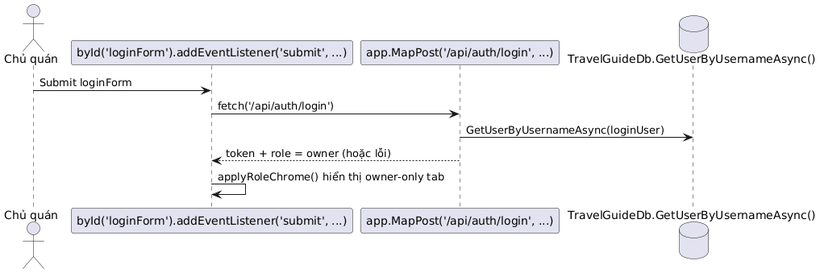
Before: Diagrams/SE Owner DangNhap.png, a diagram exported from PlantUML (hoangtri22/TravelGuide). Its diagram source:
```plantuml
@startuml
actor "Chủ quán" as O
participant "byId('loginForm').addEventListener('submit', ...)" as FE
participant "app.MapPost('/api/auth/login', ...)" as API
database "TravelGuideDb.GetUserByUsernameAsync()" as DB
O -> FE : Submit loginForm
FE -> API : fetch('/api/auth/login')
API -> DB : GetUserByUsernameAsync(loginUser)
API --> FE : token + role = owner (hoặc lỗi)
FE -> FE : applyRoleChrome() hiển thị owner-only tab
@enduml
```
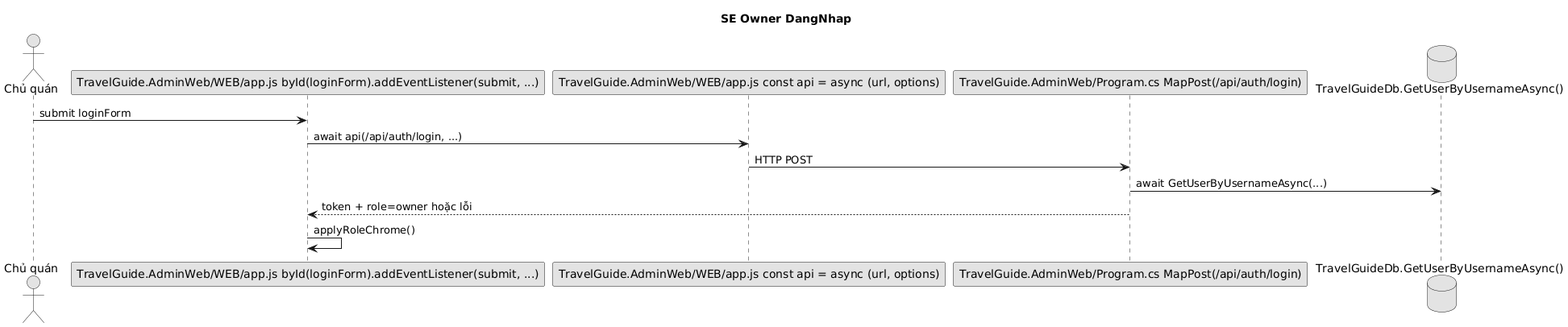
Above is the later version.

Diff of the diagram source:
```diff
@@ -1,11 +1,16 @@
 @startuml
+title SE Owner DangNhap
+skinparam shadowing false
+skinparam monochrome true
 actor "Chủ quán" as O
-participant "byId('loginForm').addEventListener('submit', ...)" as FE
-participant "app.MapPost('/api/auth/login', ...)" as API
+participant "TravelGuide.AdminWeb/WEB/app.js byId(loginForm).addEventListener(submit, ...)" as FE
+participant "TravelGuide.AdminWeb/WEB/app.js const api = async (url, options)" as APIJS
+participant "TravelGuide.AdminWeb/Program.cs MapPost(/api/auth/login)" as API
 database "TravelGuideDb.GetUserByUsernameAsync()" as DB
-O -> FE : Submit loginForm
-FE -> API : fetch('/api/auth/login')
-API -> DB : GetUserByUsernameAsync(loginUser)
-API --> FE : token + role = owner (hoặc lỗi)
-FE -> FE : applyRoleChrome() hiển thị owner-only tab
+O -> FE : submit loginForm
+FE -> APIJS : await api(/api/auth/login, ...)
+APIJS -> API : HTTP POST
+API -> DB : await GetUserByUsernameAsync(...)
+API --> FE : token + role=owner hoặc lỗi
+FE -> FE : applyRoleChrome()
 @enduml
```
